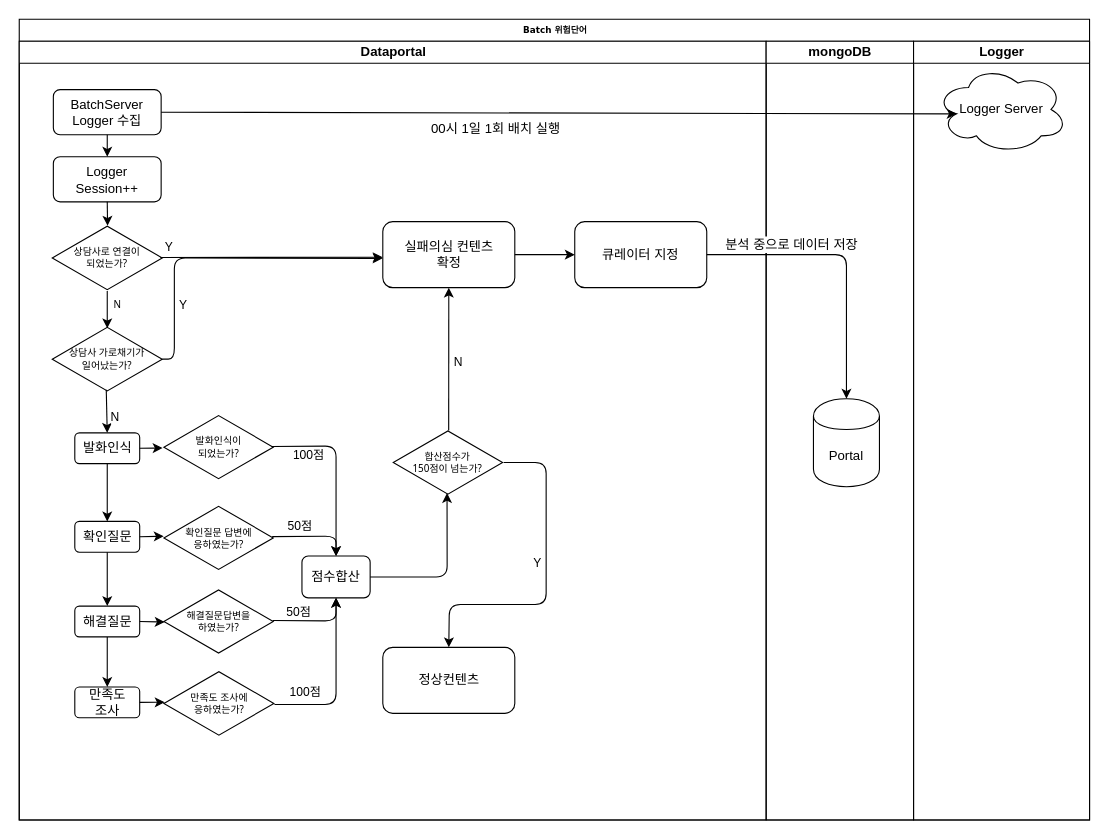
The draw.io diagram page "실패의심 컨텐츠" (2 of 2) of 배치.drawio in dongyoupkim/kdycorp, before the edit. Source tidied: cells renumbered, new cells numbered last; positions are measured from the earlier drawing's top-left corner, leaving out a move shared by most shapes. Both pictures are drawn from the tidied source at 110%, with x=0, y=0 at pixel (19, 19).
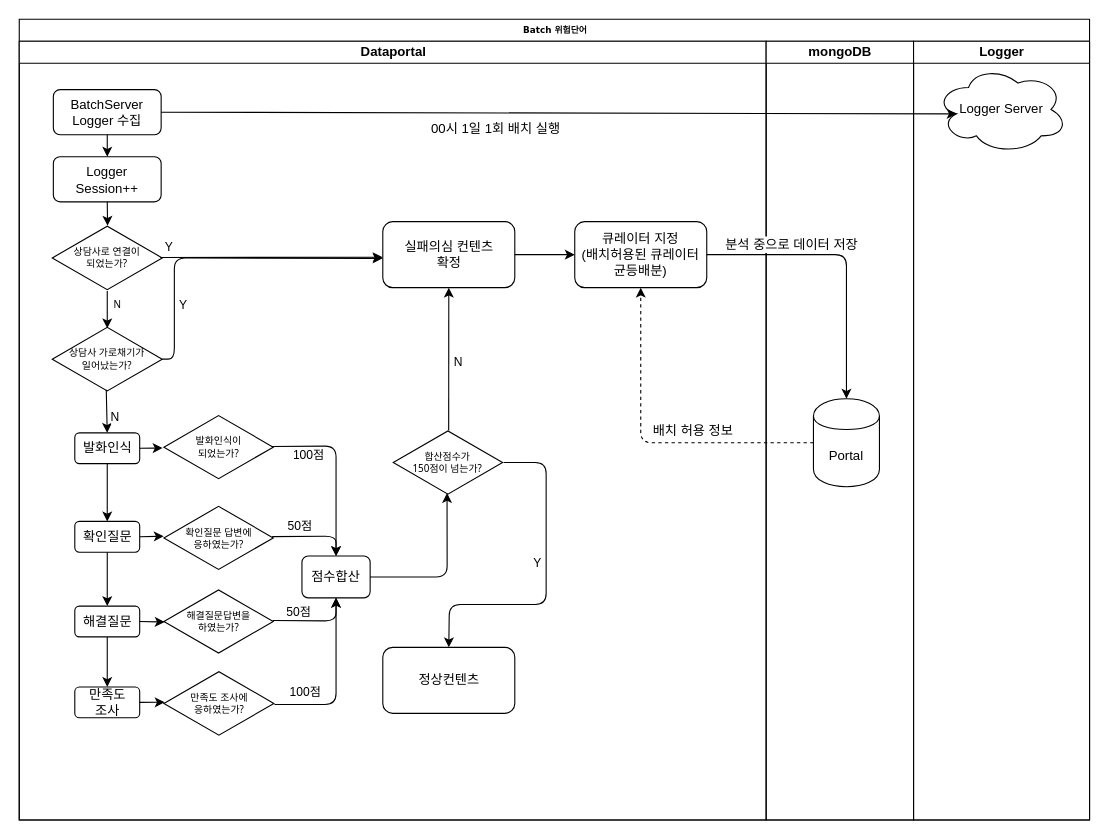
The same diagram, later.

Commit message:
배치.drawio 업데이트

Unchanged cells that the change refers to:
```xml
<mxCell id="2" value="Batch 위험단어" style="swimlane;html=1;startSize=20;rounded=0;shadow=0;labelBackgroundColor=none;strokeColor=#000000;strokeWidth=1;fillColor=#ffffff;fontFamily=Verdana;fontSize=8;fontColor=#000000;align=center;" parent="1" vertex="1">
  <mxGeometry width="973" height="728" as="geometry" />
</mxCell>
<mxCell id="3" value="Dataportal" style="swimlane;html=1;startSize=20;" parent="2" vertex="1">
  <mxGeometry y="20" width="679" height="708" as="geometry" />
</mxCell>
<mxCell id="41" value="Portal" style="shape=cylinder;whiteSpace=wrap;html=1;boundedLbl=1;backgroundOutline=1;" parent="40" vertex="1">
  <mxGeometry x="43" y="325" width="60" height="80" as="geometry" />
</mxCell>
```

Change to the diagram source:
```diff
@@
-    <mxCell id="38" value="큐레이터 지정" style="rounded=1;whiteSpace=wrap;html=1;" parent="3" vertex="1">
+    <mxCell id="38" value="큐레이터 지정&lt;br&gt;(배치허용된 큐레이터 균등배분)" style="rounded=1;whiteSpace=wrap;html=1;" parent="3" vertex="1">
       <mxGeometry x="505" y="164" width="120" height="60" as="geometry" />
     </mxCell>
@@
+    <mxCell id="50" style="endArrow=classic;html=1;exitX=0;exitY=0.5;exitDx=0;exitDy=0;entryX=0.5;entryY=1;entryDx=0;entryDy=0;rounded=1;edgeStyle=orthogonalEdgeStyle;dashed=1;" parent="2" edge="1" source="41" target="38">
+      <mxGeometry relative="1" as="geometry" />
+    </mxCell>
+    <mxCell id="51" value="배치 허용 정보&amp;nbsp;" style="text;html=1;align=center;verticalAlign=middle;labelBackgroundColor=#ffffff;" parent="50" vertex="1">
+      <mxGeometry x="-0.18" relative="1" as="geometry">
+        <mxPoint x="13" y="-12" as="offset" />
+      </mxGeometry>
+    </mxCell>
```
